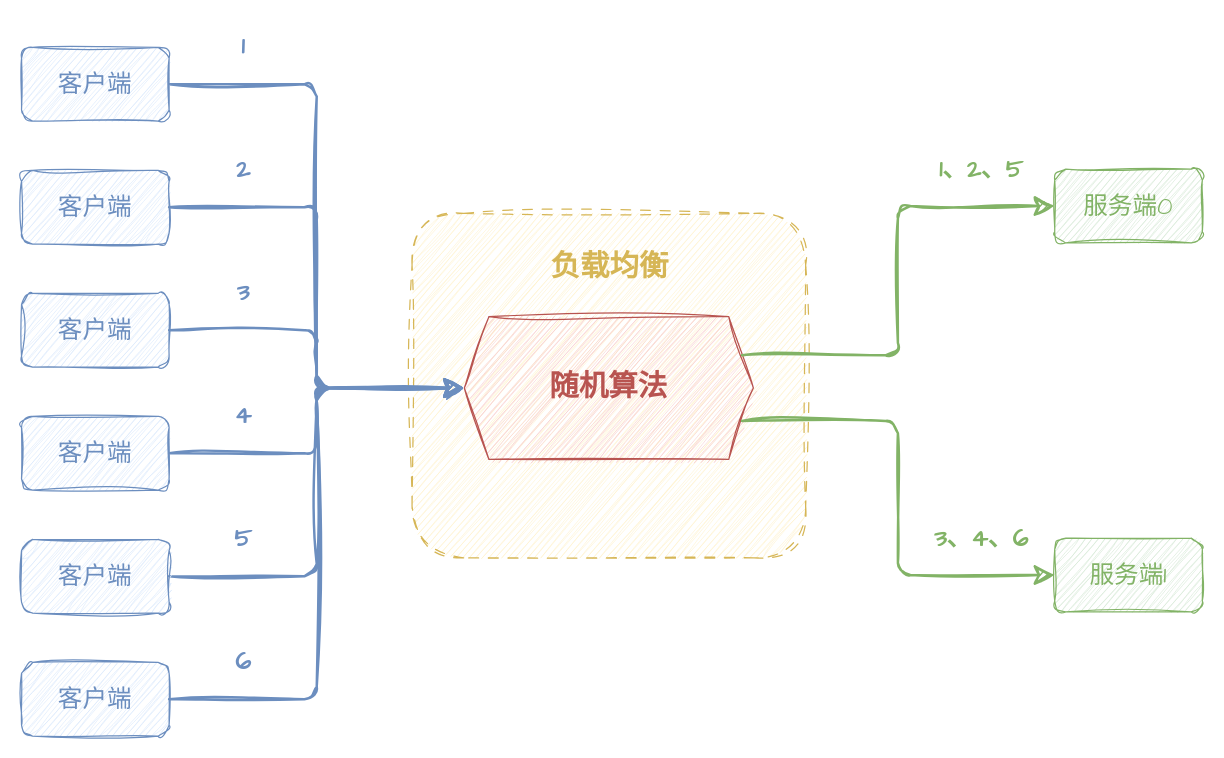
dunwu/waterdrop keeps this draw.io diagram as page "随机" (2 of 14) of assets/分布式/负载均衡算法.drawio. Above is the earlier version. Source tidied: cells renumbered, new cells numbered last; positions are measured from the earlier drawing's top-left corner, leaving out a move shared by most shapes. Both pictures are drawn from the tidied source at 123%, with x=0, y=0 at pixel (21, 21).
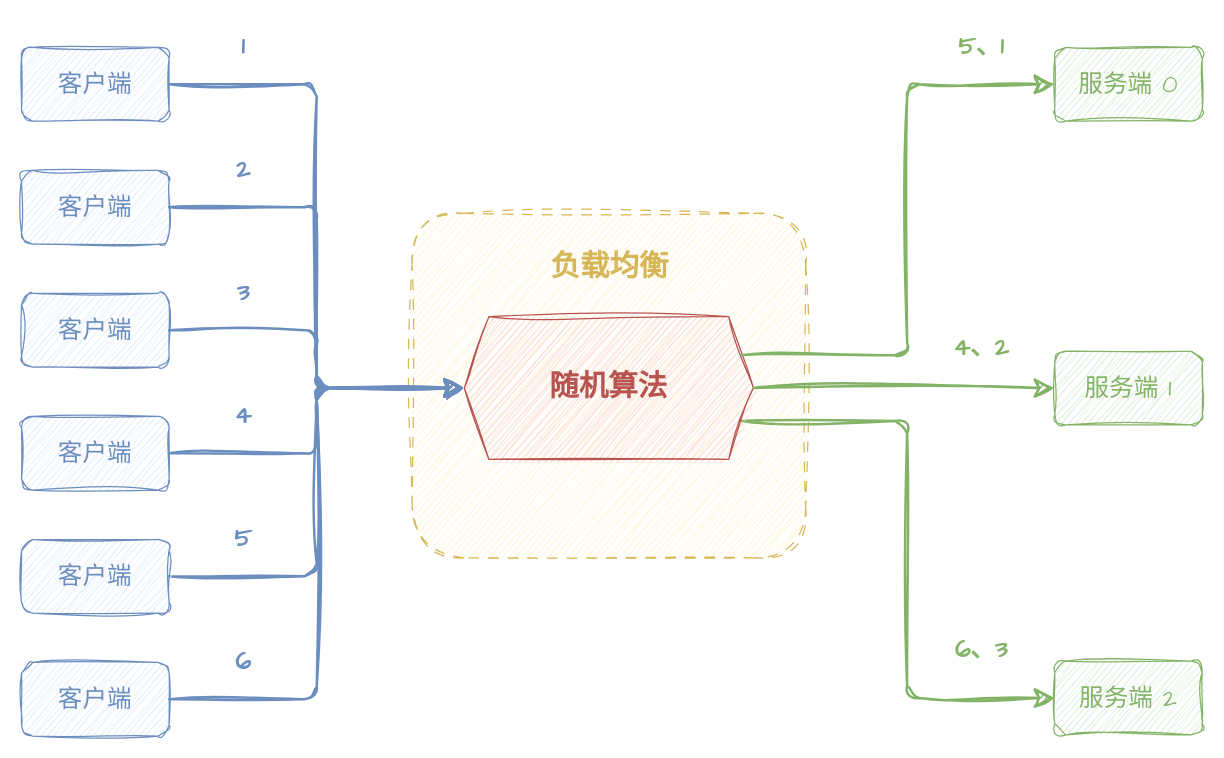
Above is the later version.

The change refers to these unchanged cells:
```xml
<mxCell id="15" value="随机算法" style="shape=hexagon;perimeter=hexagonPerimeter2;whiteSpace=wrap;html=1;fixedSize=1;sketch=1;hachureGap=4;jiggle=2;curveFitting=1;fontFamily=Comic Sans MS;fontSize=24;fillColor=#f8cecc;strokeColor=#b85450;rounded=0;fontStyle=1;fontColor=#B85450;" parent="1" vertex="1">
  <mxGeometry x="360" y="240" width="235" height="116" as="geometry" />
</mxCell>
```

The edit, as a diff of the source:
```diff
@@
+    <mxCell id="29" style="edgeStyle=orthogonalEdgeStyle;rounded=1;sketch=1;hachureGap=4;jiggle=2;curveFitting=1;jettySize=auto;html=1;exitX=1;exitY=0.75;exitDx=0;exitDy=0;entryX=0;entryY=0.5;entryDx=0;entryDy=0;fontFamily=Architects Daughter;fontSize=16;fillColor=#d5e8d4;strokeColor=#82b366;strokeWidth=2;endSize=12;startSize=12;" parent="1" edge="1" source="15" target="30">
+      <mxGeometry relative="1" as="geometry">
+        <Array as="points">
+          <mxPoint x="720" y="325" />
+          <mxPoint x="720" y="550" />
+        </Array>
+      </mxGeometry>
+    </mxCell>
@@
-    <mxCell id="17" value="服务端1" style="rounded=1;whiteSpace=wrap;html=1;sketch=1;hachureGap=4;jiggle=2;curveFitting=1;fontFamily=Comic Sans MS;fontSize=20;fillColor=#d5e8d4;strokeColor=#82b366;fontColor=#82B366;" parent="1" vertex="1">
-      <mxGeometry x="840" y="420" width="120" height="60" as="geometry" />
+    <mxCell id="17" value="服务端 1" style="rounded=1;whiteSpace=wrap;html=1;sketch=1;hachureGap=4;jiggle=2;curveFitting=1;fontFamily=Comic Sans MS;fontSize=20;fillColor=#d5e8d4;strokeColor=#82b366;fontColor=#82B366;" parent="1" vertex="1">
+      <mxGeometry x="840" y="268" width="120" height="60" as="geometry" />
     </mxCell>
-    <mxCell id="18" style="edgeStyle=orthogonalEdgeStyle;rounded=1;sketch=1;hachureGap=4;jiggle=2;curveFitting=1;jettySize=auto;html=1;exitX=1;exitY=0.75;exitDx=0;exitDy=0;entryX=0;entryY=0.5;entryDx=0;entryDy=0;fontFamily=Comic Sans MS;fontSize=16;fillColor=#d5e8d4;strokeColor=#82b366;strokeWidth=2;targetPerimeterSpacing=0;endSize=12;startSize=12;" parent="1" edge="1" source="15" target="17">
+    <mxCell id="18" style="edgeStyle=orthogonalEdgeStyle;rounded=1;sketch=1;hachureGap=4;jiggle=2;curveFitting=1;jettySize=auto;html=1;exitX=1;exitY=0.5;exitDx=0;exitDy=0;entryX=0;entryY=0.5;entryDx=0;entryDy=0;fontFamily=Comic Sans MS;fontSize=16;fillColor=#d5e8d4;strokeColor=#82b366;strokeWidth=2;targetPerimeterSpacing=0;endSize=12;startSize=12;" parent="1" edge="1" source="15" target="17">
       <mxGeometry relative="1" as="geometry" />
     </mxCell>
-    <mxCell id="19" value="服务端0" style="rounded=1;whiteSpace=wrap;html=1;sketch=1;hachureGap=4;jiggle=2;curveFitting=1;fontFamily=Comic Sans MS;fontSize=20;fillColor=#d5e8d4;strokeColor=#82b366;fontColor=#82B366;" parent="1" vertex="1">
-      <mxGeometry x="840" y="120" width="120" height="60" as="geometry" />
+    <mxCell id="19" value="服务端 0" style="rounded=1;whiteSpace=wrap;html=1;sketch=1;hachureGap=4;jiggle=2;curveFitting=1;fontFamily=Comic Sans MS;fontSize=20;fillColor=#d5e8d4;strokeColor=#82b366;fontColor=#82B366;" parent="1" vertex="1">
+      <mxGeometry x="840" y="21" width="120" height="60" as="geometry" />
     </mxCell>
     <mxCell id="20" style="edgeStyle=orthogonalEdgeStyle;rounded=1;sketch=1;hachureGap=4;jiggle=2;curveFitting=1;jettySize=auto;html=1;exitX=1;exitY=0.25;exitDx=0;exitDy=0;entryX=0;entryY=0.5;entryDx=0;entryDy=0;fontFamily=Comic Sans MS;fontSize=16;fillColor=#d5e8d4;strokeColor=#82b366;strokeWidth=2;targetPerimeterSpacing=0;endSize=12;startSize=12;" parent="1" edge="1" source="15" target="19">
-      <mxGeometry relative="1" as="geometry" />
+      <mxGeometry relative="1" as="geometry">
+        <Array as="points">
+          <mxPoint x="720" y="271" />
+          <mxPoint x="720" y="51" />
+        </Array>
+      </mxGeometry>
     </mxCell>
@@
-    <mxCell id="27" value="1、2、5" style="text;html=1;align=center;verticalAlign=middle;strokeColor=none;fillColor=none;fontSize=20;fontFamily=Comic Sans MS;fontStyle=1;fontColor=#82B366;" parent="1" vertex="1">
-      <mxGeometry x="730" y="100" width="100" height="40" as="geometry" />
+    <mxCell id="27" value="5、1" style="text;html=1;align=center;verticalAlign=middle;strokeColor=none;fillColor=none;fontSize=20;fontFamily=Comic Sans MS;fontStyle=1;fontColor=#82B366;" parent="1" vertex="1">
+      <mxGeometry x="745" width="70" height="40" as="geometry" />
     </mxCell>
-    <mxCell id="28" value="3、4、6" style="text;html=1;align=center;verticalAlign=middle;strokeColor=none;fillColor=none;fontSize=20;fontFamily=Comic Sans MS;fontStyle=1;fontColor=#82B366;" parent="1" vertex="1">
-      <mxGeometry x="730" y="400" width="100" height="40" as="geometry" />
+    <mxCell id="28" value="6、3" style="text;html=1;align=center;verticalAlign=middle;strokeColor=none;fillColor=none;fontSize=20;fontFamily=Comic Sans MS;fontStyle=1;fontColor=#82B366;" parent="1" vertex="1">
+      <mxGeometry x="745" y="490" width="70" height="40" as="geometry" />
     </mxCell>
+    <mxCell id="30" value="服务端 2" style="rounded=1;whiteSpace=wrap;html=1;sketch=1;hachureGap=4;jiggle=2;curveFitting=1;fontFamily=Comic Sans MS;fontSize=20;fillColor=#d5e8d4;strokeColor=#82b366;fontColor=#82B366;" parent="1" vertex="1">
+      <mxGeometry x="840" y="520" width="120" height="60" as="geometry" />
+    </mxCell>
+    <mxCell id="31" value="4、2" style="text;html=1;align=center;verticalAlign=middle;strokeColor=none;fillColor=none;fontSize=20;fontFamily=Comic Sans MS;fontStyle=1;fontColor=#82B366;" parent="1" vertex="1">
+      <mxGeometry x="745" y="245" width="70" height="40" as="geometry" />
+    </mxCell>
```
